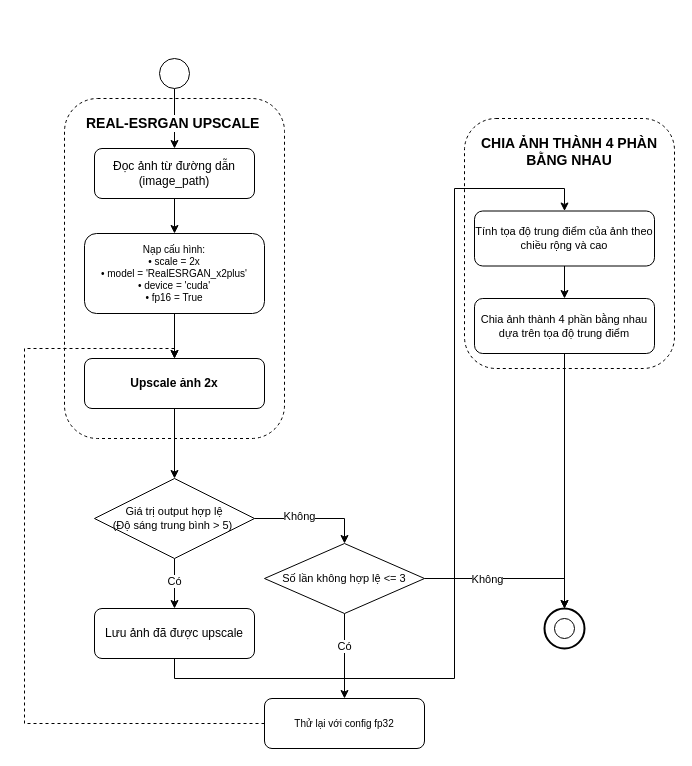
Above: fig/upscale_image.drawio in Denzaro/DATN_Thesis (draw.io), before the change. Source tidied: cells renumbered, new cells numbered last; positions are measured from the earlier drawing's top-left corner, leaving out a move shared by most shapes. Both pictures are drawn from the tidied source at 100%, with x=0, y=0 at pixel (24, 58).
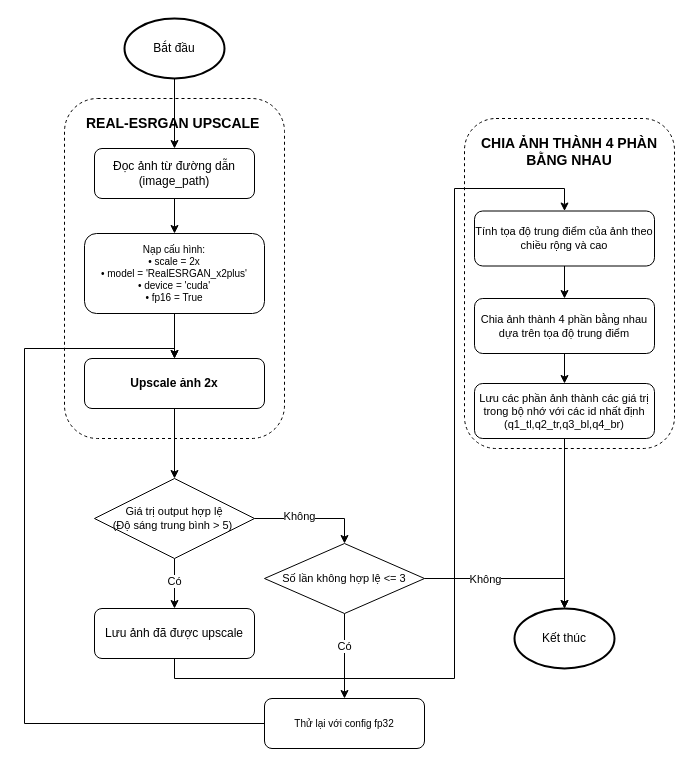
The same page after the edit.

The change refers to these unchanged cells:
```xml
<mxCell id="7" value="Đọc ảnh từ đường dẫn&lt;br&gt;(image_path)" style="rounded=1;whiteSpace=wrap;html=1;fontSize=12;" parent="1" vertex="1">
  <mxGeometry x="70" y="90" width="160" height="50" as="geometry" />
</mxCell>
<mxCell id="11" value="Upscale ảnh 2x" style="rounded=1;whiteSpace=wrap;html=1;fontSize=12;fontStyle=1;" parent="1" vertex="1">
  <mxGeometry x="60" y="300" width="180" height="50" as="geometry" />
</mxCell>
<mxCell id="21" value="Thử lại với config fp32" style="rounded=1;whiteSpace=wrap;html=1;fontSize=10;" parent="1" vertex="1">
  <mxGeometry x="240" y="640" width="160" height="50" as="geometry" />
</mxCell>
<mxCell id="25" value="Chia ảnh thành 4 phần bằng nhau dựa trên tọa độ trung điểm" style="rounded=1;whiteSpace=wrap;html=1;fontSize=11;" parent="1" vertex="1">
  <mxGeometry x="450" y="240" width="180" height="55" as="geometry" />
</mxCell>
```

What changed in the source:
```diff
@@
     <mxCell id="2" style="rounded=1;whiteSpace=wrap;html=1;glass=0;dashed=1;" parent="1" vertex="1">
-      <mxGeometry x="440" y="60" width="210" height="250" as="geometry" />
+      <mxGeometry x="440" y="60" width="210" height="330" as="geometry" />
     </mxCell>
@@
-    <mxCell id="4" style="edgeStyle=orthogonalEdgeStyle;rounded=0;jettySize=auto;html=1;entryX=0.5;entryY=0;entryDx=0;entryDy=0;" parent="1" edge="1" source="5" target="7">
-      <mxGeometry relative="1" as="geometry" />
-    </mxCell>
-    <mxCell id="5" style="ellipse;whiteSpace=wrap;html=1;" parent="1" vertex="1">
-      <mxGeometry x="135" width="30" height="30" as="geometry" />
-    </mxCell>
@@
-    <mxCell id="20" style="edgeStyle=orthogonalEdgeStyle;rounded=0;jettySize=auto;html=1;entryX=0.5;entryY=0;entryDx=0;entryDy=0;dashed=1;" parent="1" edge="1" source="21" target="11">
+    <mxCell id="20" style="edgeStyle=orthogonalEdgeStyle;rounded=0;jettySize=auto;html=1;entryX=0.5;entryY=0;entryDx=0;entryDy=0;" parent="1" edge="1" source="21" target="11">
       <mxGeometry relative="1" as="geometry">
         <Array as="points">
           <mxPoint y="665" />
           <mxPoint y="290" />
           <mxPoint x="150" y="290" />
         </Array>
       </mxGeometry>
     </mxCell>
@@
-    <mxCell id="24" style="edgeStyle=orthogonalEdgeStyle;rounded=0;jettySize=auto;html=1;entryX=0.5;entryY=0;entryDx=0;entryDy=0;" parent="1" edge="1" source="25" target="31">
-      <mxGeometry relative="1" as="geometry" />
-    </mxCell>
+    <mxCell id="34" style="edgeStyle=orthogonalEdgeStyle;rounded=0;jettySize=auto;html=1;entryX=0.5;entryY=0;entryDx=0;entryDy=0;" parent="1" edge="1" source="25" target="39">
+      <mxGeometry relative="1" as="geometry" />
+    </mxCell>
@@
-    <mxCell id="28" style="edgeStyle=orthogonalEdgeStyle;rounded=0;jettySize=auto;html=1;entryX=0.5;entryY=0;entryDx=0;entryDy=0;" parent="1" edge="1" source="30" target="31">
-      <mxGeometry relative="1" as="geometry" />
-    </mxCell>
+    <mxCell id="30" value="Số lần không hợp lệ &amp;lt;= 3" style="rhombus;whiteSpace=wrap;html=1;fontSize=11;" parent="1" vertex="1">
+      <mxGeometry x="240" y="485" width="160" height="70" as="geometry" />
+    </mxCell>
+    <mxCell id="33" value="&lt;span style=&quot;font-family: Helvetica; font-size: 14px; font-style: normal; font-variant-ligatures: normal; font-variant-caps: normal; font-weight: 700; letter-spacing: normal; orphans: 2; text-indent: 0px; text-transform: none; widows: 2; word-spacing: 0px; -webkit-text-stroke-width: 0px; white-space: normal; text-decoration-thickness: initial; text-decoration-style: initial; text-decoration-color: initial; float: none; display: inline !important;&quot;&gt;CHIA ẢNH THÀNH 4 PHÀN BẰNG NHAU&lt;/span&gt;" style="text;whiteSpace=wrap;html=1;fontColor=default;labelBackgroundColor=default;align=center;" parent="1" vertex="1">
+      <mxGeometry x="455" y="70" width="180" height="40" as="geometry" />
+    </mxCell>
+    <mxCell id="35" style="edgeStyle=orthogonalEdgeStyle;rounded=0;jettySize=auto;html=1;entryX=0.5;entryY=0;entryDx=0;entryDy=0;" parent="1" edge="1" source="36" target="7">
+      <mxGeometry relative="1" as="geometry" />
+    </mxCell>
+    <mxCell id="36" value="Bắt đầu" style="strokeWidth=2;html=1;shape=mxgraph.flowchart.start_1;whiteSpace=wrap;" parent="1" vertex="1">
+      <mxGeometry x="100" y="-40" width="100" height="60" as="geometry" />
+    </mxCell>
+    <mxCell id="37" value="Kết thúc" style="strokeWidth=2;html=1;shape=mxgraph.flowchart.start_1;whiteSpace=wrap;" parent="1" vertex="1">
+      <mxGeometry x="490" y="550" width="100" height="60" as="geometry" />
+    </mxCell>
+    <mxCell id="38" style="edgeStyle=orthogonalEdgeStyle;rounded=0;jettySize=auto;html=1;entryX=0.5;entryY=0;entryDx=0;entryDy=0;entryPerimeter=0;" parent="1" edge="1" source="30" target="37">
+      <mxGeometry relative="1" as="geometry" />
+    </mxCell>
-    <mxCell id="29" value="Không" style="edgeLabel;html=1;align=center;verticalAlign=middle;" parent="28" vertex="1">
-      <mxGeometry x="-0.27" relative="1" as="geometry" />
+    <mxCell id="29" value="Không" style="edgeLabel;html=1;align=center;verticalAlign=middle;" parent="38" vertex="1">
+      <mxGeometry x="-0.29" relative="1" as="geometry" />
     </mxCell>
-    <mxCell id="30" value="Số lần không hợp lệ &amp;lt;= 3" style="rhombus;whiteSpace=wrap;html=1;fontSize=11;" parent="1" vertex="1">
-      <mxGeometry x="240" y="485" width="160" height="70" as="geometry" />
-    </mxCell>
-    <mxCell id="31" style="ellipse;whiteSpace=wrap;html=1;strokeWidth=2;" parent="1" vertex="1">
-      <mxGeometry x="520" y="550" width="40" height="40" as="geometry" />
-    </mxCell>
-    <mxCell id="32" style="ellipse;whiteSpace=wrap;html=1;" parent="1" vertex="1">
-      <mxGeometry x="530" y="560" width="20" height="20" as="geometry" />
-    </mxCell>
-    <mxCell id="33" value="&lt;span style=&quot;font-family: Helvetica; font-size: 14px; font-style: normal; font-variant-ligatures: normal; font-variant-caps: normal; font-weight: 700; letter-spacing: normal; orphans: 2; text-indent: 0px; text-transform: none; widows: 2; word-spacing: 0px; -webkit-text-stroke-width: 0px; white-space: normal; text-decoration-thickness: initial; text-decoration-style: initial; text-decoration-color: initial; float: none; display: inline !important;&quot;&gt;CHIA ẢNH THÀNH 4 PHÀN BẰNG NHAU&lt;/span&gt;" style="text;whiteSpace=wrap;html=1;fontColor=default;labelBackgroundColor=default;align=center;" parent="1" vertex="1">
-      <mxGeometry x="455" y="70" width="180" height="40" as="geometry" />
-    </mxCell>
+    <mxCell id="39" value="Lưu các phần ảnh thành các giá trị trong bộ nhớ với các id nhất định&lt;br&gt;(q1_tl,q2_tr,q3_bl,q4_br)" style="rounded=1;whiteSpace=wrap;html=1;fontSize=11;" parent="1" vertex="1">
+      <mxGeometry x="450" y="325" width="180" height="55" as="geometry" />
+    </mxCell>
+    <mxCell id="40" style="edgeStyle=orthogonalEdgeStyle;rounded=0;jettySize=auto;html=1;entryX=0.5;entryY=0;entryDx=0;entryDy=0;entryPerimeter=0;" parent="1" edge="1" source="39" target="37">
+      <mxGeometry relative="1" as="geometry" />
+    </mxCell>
```
